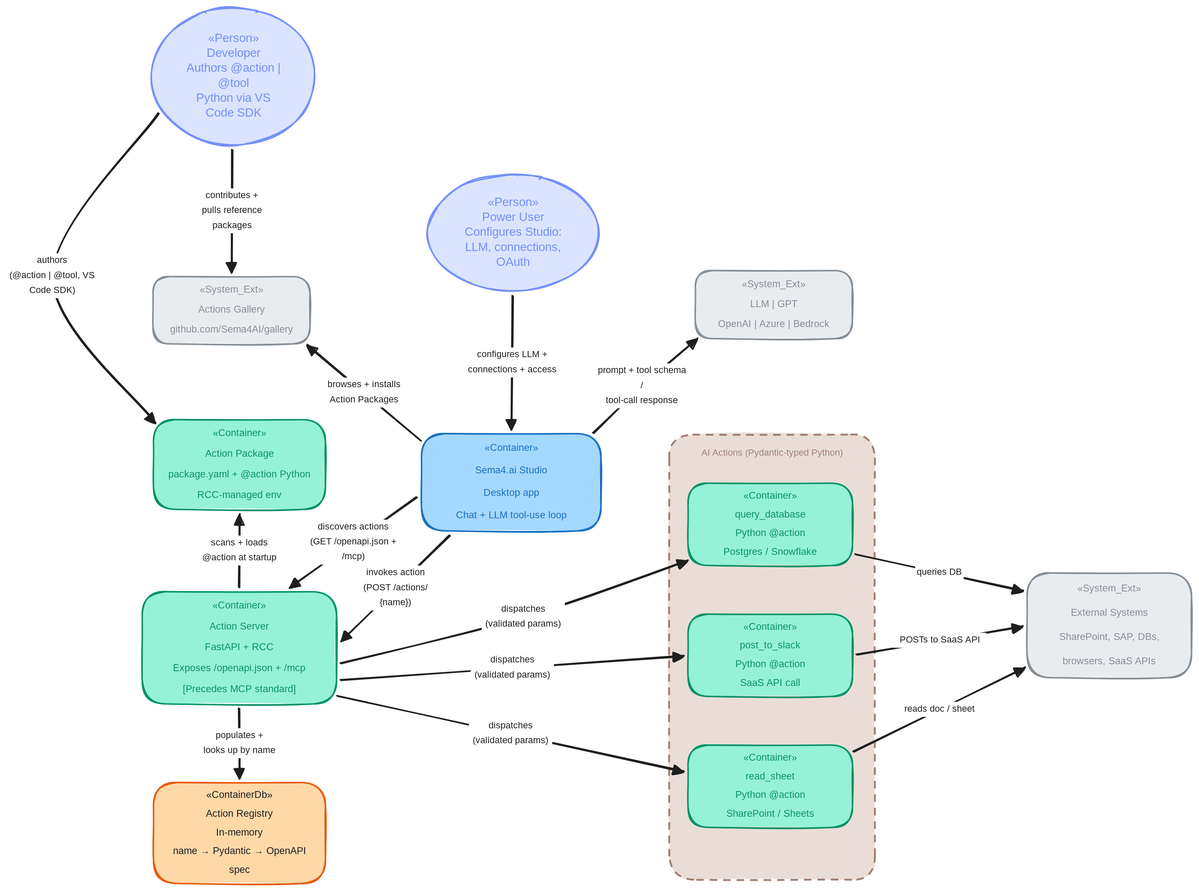
The Excalidraw diagram public/diagrams/sema4ai-action-server.svg in cmin764/portfolio, before a commit. Source tidied: one line per element, renumbered; positions are measured from the earlier drawing's top-left corner, leaving out a move shared by most shapes. Its diagram source:
```json
{"id": 0, "type": "rectangle", "strokeColor": "#868e96", "backgroundColor": "#e9ecef", "fillStyle": "solid", "strokeWidth": 2, "roughness": 1, "round": true, "x": 195, "y": 360, "width": 210, "height": 90}
{"id": 1, "type": "text", "text": "«System_Ext»\nActions Gallery\ngithub.com/Sema4AI/gallery", "strokeColor": "#868e96", "strokeWidth": 1, "roughness": 1, "fontSize": 13, "fontFamily": 1, "textAlign": "center", "verticalAlign": "middle", "inside": 0, "x": 200, "y": 365, "width": 200, "height": 80}
{"id": 2, "type": "rectangle", "strokeColor": "#099268", "backgroundColor": "#96f2d7", "fillStyle": "solid", "strokeWidth": 2, "roughness": 1, "round": true, "x": 195, "y": 551, "width": 230, "height": 120}
{"id": 3, "type": "text", "text": "«Container»\nAction Package\npackage.yaml + @action Python\nRCC-managed env", "strokeColor": "#099268", "strokeWidth": 1, "roughness": 1, "fontSize": 13, "fontFamily": 1, "textAlign": "center", "verticalAlign": "middle", "inside": 2, "x": 200, "y": 556, "width": 220, "height": 110}
{"id": 4, "type": "rectangle", "strokeColor": "#099268", "backgroundColor": "#96f2d7", "fillStyle": "solid", "strokeWidth": 2, "roughness": 1, "round": true, "x": 180, "y": 781, "width": 260, "height": 150}
{"id": 5, "type": "text", "text": "«Container»\nAction Server\nFastAPI + RCC\nExposes /openapi.json + /mcp\n[Precedes MCP standard]", "strokeColor": "#099268", "strokeWidth": 1, "roughness": 1, "fontSize": 13, "fontFamily": 1, "textAlign": "center", "verticalAlign": "middle", "inside": 4, "x": 217, "y": 786, "width": 186, "height": 140}
{"id": 6, "type": "rectangle", "strokeColor": "#e8590c", "backgroundColor": "#ffd8a8", "fillStyle": "solid", "strokeWidth": 2, "roughness": 1, "round": true, "x": 195, "y": 1036, "width": 230, "height": 135}
{"id": 7, "type": "text", "text": "«ContainerDb»\nAction Registry\nIn-memory\nname → Pydantic → OpenAPI\nspec", "strokeColor": "#1e1e1e", "strokeWidth": 1, "roughness": 1, "fontSize": 13, "fontFamily": 1, "textAlign": "center", "verticalAlign": "middle", "inside": 6, "x": 216, "y": 1041, "width": 189, "height": 125}
{"id": 8, "type": "rectangle", "strokeColor": "#1971c2", "backgroundColor": "#a5d8ff", "fillStyle": "solid", "strokeWidth": 2, "roughness": 1, "round": true, "x": 554, "y": 569, "width": 240, "height": 130}
{"id": 9, "type": "text", "text": "«Container»\nSema4.ai Studio\nDesktop app\nChat + LLM tool-use loop", "strokeColor": "#1971c2", "strokeWidth": 1, "roughness": 1, "fontSize": 13, "fontFamily": 1, "textAlign": "center", "verticalAlign": "middle", "inside": 8, "x": 590, "y": 574, "width": 167, "height": 120}
{"id": 10, "type": "rectangle", "strokeColor": "#868e96", "backgroundColor": "#e9ecef", "fillStyle": "solid", "strokeWidth": 2, "roughness": 1, "round": true, "x": 920, "y": 352, "width": 210, "height": 91}
{"id": 11, "type": "text", "text": "«System_Ext»\nLLM | GPT\nOpenAI | Azure | Bedrock", "strokeColor": "#868e96", "strokeWidth": 1, "roughness": 1, "fontSize": 13, "fontFamily": 1, "textAlign": "center", "verticalAlign": "middle", "inside": 10, "x": 945, "y": 357, "width": 161, "height": 80}
{"id": 12, "type": "rectangle", "strokeColor": "#a18072", "backgroundColor": "#eaddd7", "fillStyle": "solid", "strokeWidth": 2, "strokeStyle": "dashed", "roughness": 1, "round": true, "x": 885, "y": 571, "width": 275, "height": 595}
{"id": 13, "type": "text", "text": "AI Actions (Pydantic-typed Python)", "strokeColor": "#a18072", "strokeWidth": 1, "roughness": 1, "fontSize": 12, "fontFamily": 1, "textAlign": "center", "inside": 12, "x": 919, "y": 576, "width": 208, "height": 40}
{"id": 14, "type": "rectangle", "strokeColor": "#099268", "backgroundColor": "#96f2d7", "fillStyle": "solid", "strokeWidth": 2, "roughness": 1, "round": true, "x": 910, "y": 636, "width": 220, "height": 110}
{"id": 15, "type": "text", "text": "«Container»\nquery_database\nPython @action\nPostgres / Snowflake", "strokeColor": "#099268", "strokeWidth": 1, "roughness": 1, "fontSize": 13, "fontFamily": 1, "textAlign": "center", "verticalAlign": "middle", "inside": 14, "x": 952, "y": 641, "width": 137, "height": 100}
{"id": 16, "type": "rectangle", "strokeColor": "#099268", "backgroundColor": "#96f2d7", "fillStyle": "solid", "strokeWidth": 2, "roughness": 1, "round": true, "x": 910, "y": 811, "width": 220, "height": 110}
{"id": 17, "type": "text", "text": "«Container»\npost_to_slack\nPython @action\nSaaS API call", "strokeColor": "#099268", "strokeWidth": 1, "roughness": 1, "fontSize": 13, "fontFamily": 1, "textAlign": "center", "verticalAlign": "middle", "inside": 16, "x": 972, "y": 816, "width": 97, "height": 100}
{"id": 18, "type": "rectangle", "strokeColor": "#099268", "backgroundColor": "#96f2d7", "fillStyle": "solid", "strokeWidth": 2, "roughness": 1, "round": true, "x": 910, "y": 986, "width": 220, "height": 110}
{"id": 19, "type": "text", "text": "«Container»\nread_sheet\nPython @action\nSharePoint / Sheets", "strokeColor": "#099268", "strokeWidth": 1, "roughness": 1, "fontSize": 13, "fontFamily": 1, "textAlign": "center", "verticalAlign": "middle", "inside": 18, "x": 955, "y": 991, "width": 130, "height": 100}
{"id": 20, "type": "rectangle", "strokeColor": "#868e96", "backgroundColor": "#e9ecef", "fillStyle": "solid", "strokeWidth": 2, "roughness": 1, "round": true, "x": 1364, "y": 756, "width": 220, "height": 140}
{"id": 21, "type": "text", "text": "«System_Ext»\nExternal Systems\nSharePoint, SAP, DBs,\nbrowsers, SaaS APIs", "strokeColor": "#868e96", "strokeWidth": 1, "roughness": 1, "fontSize": 13, "fontFamily": 1, "textAlign": "center", "verticalAlign": "middle", "inside": 20, "x": 1403, "y": 761, "width": 142, "height": 130}
{"id": 22, "type": "arrow", "strokeColor": "#1e1e1e", "strokeWidth": 2, "roughness": 1, "endArrowhead": "triangle", "round": true, "from": 52, "to": 2, "x": 202, "y": 141, "width": 143, "height": 414, "points": [[0, 0], [-143, 217], [-5, 414]]}
{"id": 23, "type": "text", "text": "authors\n(@action | @tool, VS\nCode SDK)", "strokeColor": "#1e1e1e", "strokeWidth": 1, "roughness": 1, "fontSize": 12, "fontFamily": 1, "textAlign": "center", "verticalAlign": "middle", "inside": 22, "x": 0, "y": 329, "width": 120, "height": 60}
{"id": 24, "type": "arrow", "strokeColor": "#1e1e1e", "strokeWidth": 2, "roughness": 1, "endArrowhead": "triangle", "round": true, "from": 52, "to": 0, "x": 301, "y": 190, "width": 1, "height": 164, "points": [[0, 0], [-1, 164]]}
{"id": 25, "type": "text", "text": "contributes +\npulls reference\npackages", "strokeColor": "#1e1e1e", "strokeWidth": 1, "roughness": 1, "fontSize": 12, "fontFamily": 1, "textAlign": "center", "verticalAlign": "middle", "inside": 24, "x": 67, "y": 488, "width": 86, "height": 60}
{"id": 26, "type": "arrow", "strokeColor": "#1e1e1e", "strokeWidth": 2, "roughness": 1, "endArrowhead": "triangle", "round": true, "from": 54, "to": 8, "x": 676, "y": 385, "width": 2, "height": 178, "points": [[0, 0], [-2, 178]]}
{"id": 27, "type": "text", "text": "configures LLM +\nconnections + access", "strokeColor": "#1e1e1e", "strokeWidth": 1, "roughness": 1, "fontSize": 12, "fontFamily": 1, "textAlign": "center", "verticalAlign": "middle", "inside": 26, "x": 270, "y": 806, "width": 124, "height": 40}
{"id": 28, "type": "arrow", "strokeColor": "#1e1e1e", "strokeWidth": 2, "roughness": 1, "endArrowhead": "triangle", "round": true, "from": 8, "to": 0, "x": 553, "y": 579, "width": 153, "height": 128, "points": [[0, 0], [-153, -128]]}
{"id": 29, "type": "text", "text": "browses + installs\nAction Packages", "strokeColor": "#1e1e1e", "strokeWidth": 1, "roughness": 1, "fontSize": 12, "fontFamily": 1, "textAlign": "center", "verticalAlign": "middle", "inside": 28, "x": 437, "y": 581, "width": 107, "height": 40}
{"id": 30, "type": "arrow", "strokeColor": "#1e1e1e", "strokeWidth": 2, "roughness": 1, "endArrowhead": "triangle", "round": true, "from": 4, "to": 2, "x": 310, "y": 775, "width": 0, "height": 98, "points": [[0, 0], [0, -98]]}
{"id": 31, "type": "text", "text": "scans + loads\n@action at startup", "strokeColor": "#1e1e1e", "strokeWidth": 1, "roughness": 1, "fontSize": 12, "fontFamily": 1, "textAlign": "center", "verticalAlign": "middle", "inside": 30, "x": 230, "y": 726, "width": 118, "height": 40}
{"id": 32, "type": "arrow", "strokeColor": "#1e1e1e", "strokeWidth": 2, "roughness": 1, "endArrowhead": "triangle", "round": true, "from": 4, "to": 6, "x": 310, "y": 937, "width": 0, "height": 93, "points": [[0, 0], [0, 93]]}
{"id": 33, "type": "text", "text": "populates +\nlooks up by name", "strokeColor": "#1e1e1e", "strokeWidth": 1, "roughness": 1, "fontSize": 12, "fontFamily": 1, "textAlign": "center", "verticalAlign": "middle", "inside": 32, "x": 230, "y": 941, "width": 99, "height": 40}
{"id": 34, "type": "arrow", "strokeColor": "#1e1e1e", "strokeWidth": 2, "roughness": 1, "endArrowhead": "triangle", "round": true, "from": 8, "to": 4, "x": 548, "y": 654, "width": 171, "height": 120, "points": [[0, 0], [-171, 120]]}
{"id": 35, "type": "text", "text": "discovers actions\n(GET /openapi.json +\n/mcp)", "strokeColor": "#1e1e1e", "strokeWidth": 1, "roughness": 1, "fontSize": 12, "fontFamily": 1, "textAlign": "center", "verticalAlign": "middle", "inside": 34, "x": 417, "y": 716, "width": 125, "height": 60}
{"id": 36, "type": "arrow", "strokeColor": "#1e1e1e", "strokeWidth": 2, "roughness": 1, "endArrowhead": "triangle", "round": true, "from": 8, "to": 10, "x": 784, "y": 569, "width": 139, "height": 127, "points": [[0, 0], [65, -63], [139, -127]]}
{"id": 37, "type": "text", "text": "prompt + tool schema\n/\ntool-call response", "strokeColor": "#1e1e1e", "strokeWidth": 1, "roughness": 1, "fontSize": 12, "fontFamily": 1, "textAlign": "center", "verticalAlign": "middle", "inside": 36, "x": 773, "y": 581, "width": 127, "height": 60}
{"id": 38, "type": "arrow", "strokeColor": "#1e1e1e", "strokeWidth": 2, "roughness": 1, "endArrowhead": "triangle", "round": true, "from": 8, "to": 4, "x": 592, "y": 705, "width": 146, "height": 141, "points": [[0, 0], [-146, 141]]}
{"id": 39, "type": "text", "text": "invokes action\n(POST /actions/\n{name})", "strokeColor": "#1e1e1e", "strokeWidth": 1, "roughness": 1, "fontSize": 12, "fontFamily": 1, "textAlign": "center", "verticalAlign": "middle", "inside": 38, "x": 422, "y": 796, "width": 99, "height": 60}
{"id": 40, "type": "arrow", "strokeColor": "#1e1e1e", "strokeWidth": 2, "roughness": 1, "endArrowhead": "triangle", "round": true, "from": 4, "to": 14, "x": 446, "y": 876, "width": 463, "height": 137, "points": [[0, 0], [244, -62], [463, -137]]}
{"id": 41, "type": "text", "text": "dispatches\n(validated params)", "strokeColor": "#1e1e1e", "strokeWidth": 1, "roughness": 1, "fontSize": 12, "fontFamily": 1, "textAlign": "center", "verticalAlign": "middle", "inside": 40, "x": 634, "y": 794, "width": 111, "height": 40}
{"id": 42, "type": "arrow", "strokeColor": "#1e1e1e", "strokeWidth": 2, "roughness": 1, "endArrowhead": "triangle", "round": true, "from": 4, "to": 16, "x": 446, "y": 899, "width": 458, "height": 33, "points": [[0, 0], [458, -33]]}
{"id": 43, "type": "text", "text": "dispatches\n(validated params)", "strokeColor": "#1e1e1e", "strokeWidth": 1, "roughness": 1, "fontSize": 12, "fontFamily": 1, "textAlign": "center", "verticalAlign": "middle", "inside": 42, "x": 620, "y": 862, "width": 111, "height": 40}
{"id": 44, "type": "arrow", "strokeColor": "#1e1e1e", "strokeWidth": 2, "roughness": 1, "endArrowhead": "triangle", "round": true, "from": 4, "to": 18, "x": 442, "y": 920, "width": 463, "height": 101, "points": [[0, 0], [463, 101]]}
{"id": 45, "type": "text", "text": "dispatches\n(validated params)", "strokeColor": "#1e1e1e", "strokeWidth": 1, "roughness": 1, "fontSize": 12, "fontFamily": 1, "textAlign": "center", "verticalAlign": "middle", "inside": 44, "x": 617, "y": 950, "width": 111, "height": 40}
{"id": 46, "type": "arrow", "strokeColor": "#1e1e1e", "strokeWidth": 2, "roughness": 1, "endArrowhead": "triangle", "round": true, "from": 14, "to": 20, "x": 1135, "y": 731, "width": 224, "height": 49, "points": [[0, 0], [224, 49]]}
{"id": 47, "type": "text", "text": "queries DB", "strokeColor": "#1e1e1e", "strokeWidth": 1, "roughness": 1, "fontSize": 12, "fontFamily": 1, "textAlign": "center", "verticalAlign": "middle", "inside": 46, "x": 1214, "y": 745, "width": 65, "height": 20}
{"id": 48, "type": "arrow", "strokeColor": "#1e1e1e", "strokeWidth": 2, "roughness": 1, "endArrowhead": "triangle", "round": true, "from": 16, "to": 20, "x": 1136, "y": 865, "width": 221, "height": 38, "points": [[0, 0], [221, -38]]}
{"id": 49, "type": "text", "text": "POSTs to SaaS API", "strokeColor": "#1e1e1e", "strokeWidth": 1, "roughness": 1, "fontSize": 12, "fontFamily": 1, "textAlign": "center", "verticalAlign": "middle", "inside": 48, "x": 1185, "y": 836, "width": 124, "height": 20}
{"id": 50, "type": "arrow", "strokeColor": "#1e1e1e", "strokeWidth": 2, "roughness": 1, "endArrowhead": "triangle", "round": true, "from": 18, "to": 20, "x": 1132, "y": 994, "width": 229, "height": 113, "points": [[0, 0], [229, -113]]}
{"id": 51, "type": "text", "text": "reads doc / sheet", "strokeColor": "#1e1e1e", "strokeWidth": 1, "roughness": 1, "fontSize": 12, "fontFamily": 1, "textAlign": "center", "verticalAlign": "middle", "inside": 50, "x": 1192, "y": 928, "width": 109, "height": 20}
{"id": 52, "type": "ellipse", "strokeColor": "#748ffc", "backgroundColor": "#dbe4ff", "fillStyle": "solid", "strokeWidth": 2, "roughness": 1, "round": true, "x": 193, "y": 0, "width": 219, "height": 184}
{"id": 53, "type": "text", "text": "«Person»\nDeveloper\nAuthors @action |\n@tool\nPython via VS\nCode SDK", "strokeColor": "#748ffc", "backgroundColor": "#dbe4ff", "fillStyle": "solid", "strokeWidth": 2, "roughness": 1, "fontSize": 16, "fontFamily": 5, "textAlign": "center", "verticalAlign": "middle", "inside": 52, "x": 232, "y": 32, "width": 141, "height": 120}
{"id": 54, "type": "ellipse", "strokeColor": "#748ffc", "backgroundColor": "#dbe4ff", "fillStyle": "solid", "strokeWidth": 2, "roughness": 1, "round": true, "x": 562, "y": 223, "width": 229, "height": 156}
{"id": 55, "type": "text", "text": "«Person»\nPower User\nConfigures Studio:\nLLM, connections,\nOAuth", "strokeColor": "#748ffc", "backgroundColor": "#dbe4ff", "fillStyle": "solid", "strokeWidth": 2, "roughness": 1, "fontSize": 16, "fontFamily": 5, "textAlign": "center", "verticalAlign": "middle", "inside": 54, "x": 605, "y": 251, "width": 143, "height": 100}
```
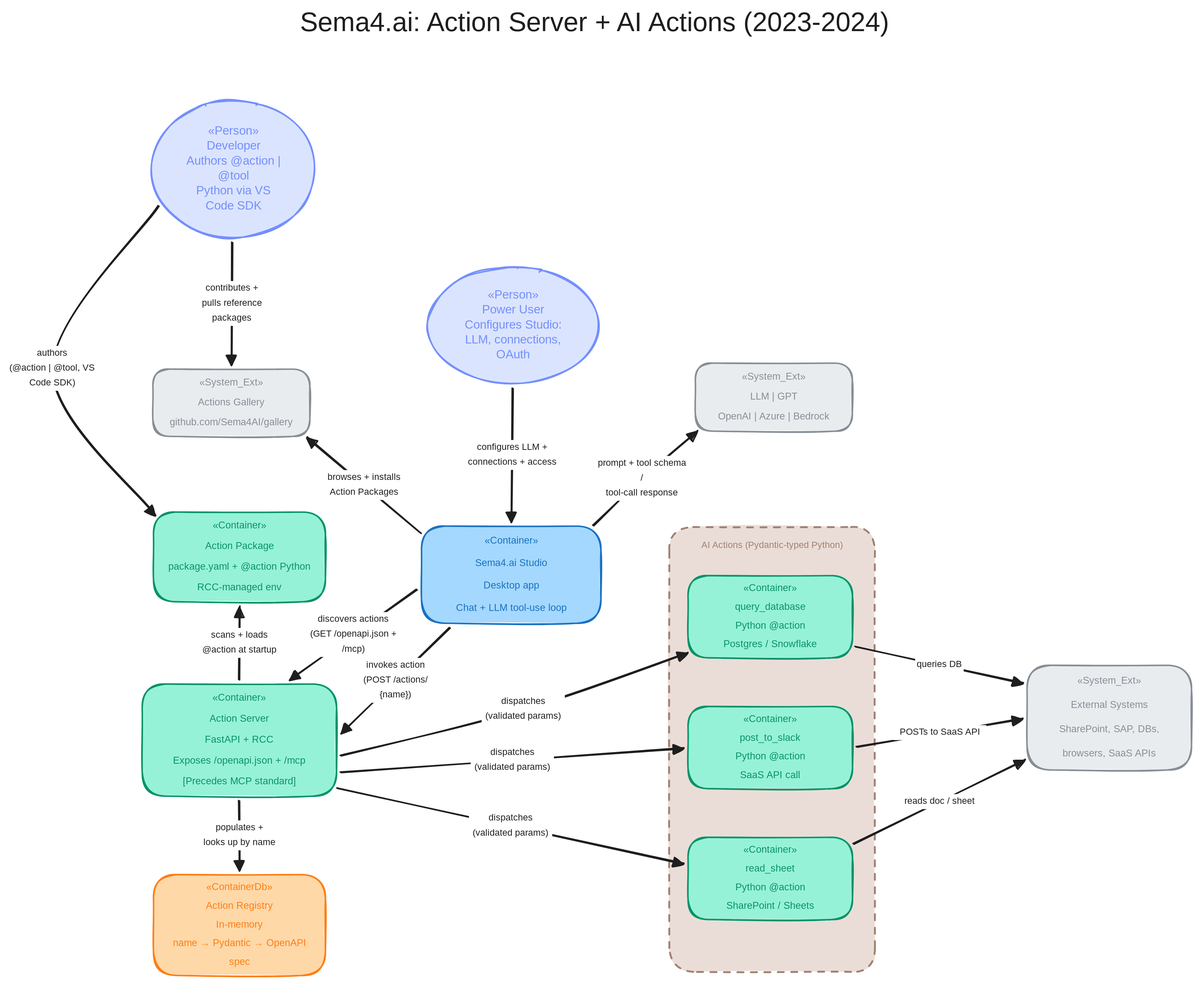
The same diagram one commit later.

Commit message:
Backfill paired fontColor to all Mermaid diagrams; update sema4ai Excalidraw URL

Change to the diagram source:
```diff
@@ -1,11 +1,11 @@
-{"id": 0, "type": "rectangle", "strokeColor": "#868e96", "backgroundColor": "#e9ecef", "fillStyle": "solid", "strokeWidth": 2, "roughness": 1, "round": true, "x": 195, "y": 360, "width": 210, "height": 90}
+{"id": 0, "type": "rectangle", "strokeColor": "#868e96", "backgroundColor": "#e9ecef", "fillStyle": "solid", "strokeWidth": 2, "roughness": 1, "round": true, "x": 194, "y": 360, "width": 210, "height": 90}
-{"id": 1, "type": "text", "text": "«System_Ext»\nActions Gallery\ngithub.com/Sema4AI/gallery", "strokeColor": "#868e96", "strokeWidth": 1, "roughness": 1, "fontSize": 13, "fontFamily": 1, "textAlign": "center", "verticalAlign": "middle", "inside": 0, "x": 200, "y": 365, "width": 200, "height": 80}
+{"id": 1, "type": "text", "text": "«System_Ext»\nActions Gallery\ngithub.com/Sema4AI/gallery", "strokeColor": "#868e96", "strokeWidth": 1, "roughness": 1, "fontSize": 13, "fontFamily": 1, "textAlign": "center", "verticalAlign": "middle", "inside": 0, "x": 199, "y": 365, "width": 200, "height": 80}
 {"id": 2, "type": "rectangle", "strokeColor": "#099268", "backgroundColor": "#96f2d7", "fillStyle": "solid", "strokeWidth": 2, "roughness": 1, "round": true, "x": 195, "y": 551, "width": 230, "height": 120}
 {"id": 3, "type": "text", "text": "«Container»\nAction Package\npackage.yaml + @action Python\nRCC-managed env", "strokeColor": "#099268", "strokeWidth": 1, "roughness": 1, "fontSize": 13, "fontFamily": 1, "textAlign": "center", "verticalAlign": "middle", "inside": 2, "x": 200, "y": 556, "width": 220, "height": 110}
 {"id": 4, "type": "rectangle", "strokeColor": "#099268", "backgroundColor": "#96f2d7", "fillStyle": "solid", "strokeWidth": 2, "roughness": 1, "round": true, "x": 180, "y": 781, "width": 260, "height": 150}
 {"id": 5, "type": "text", "text": "«Container»\nAction Server\nFastAPI + RCC\nExposes /openapi.json + /mcp\n[Precedes MCP standard]", "strokeColor": "#099268", "strokeWidth": 1, "roughness": 1, "fontSize": 13, "fontFamily": 1, "textAlign": "center", "verticalAlign": "middle", "inside": 4, "x": 217, "y": 786, "width": 186, "height": 140}
-{"id": 6, "type": "rectangle", "strokeColor": "#e8590c", "backgroundColor": "#ffd8a8", "fillStyle": "solid", "strokeWidth": 2, "roughness": 1, "round": true, "x": 195, "y": 1036, "width": 230, "height": 135}
+{"id": 6, "type": "rectangle", "strokeColor": "#fd7e14", "backgroundColor": "#ffd8a8", "fillStyle": "solid", "strokeWidth": 2, "roughness": 1, "round": true, "x": 195, "y": 1036, "width": 230, "height": 135}
-{"id": 7, "type": "text", "text": "«ContainerDb»\nAction Registry\nIn-memory\nname → Pydantic → OpenAPI\nspec", "strokeColor": "#1e1e1e", "strokeWidth": 1, "roughness": 1, "fontSize": 13, "fontFamily": 1, "textAlign": "center", "verticalAlign": "middle", "inside": 6, "x": 216, "y": 1041, "width": 189, "height": 125}
+{"id": 7, "type": "text", "text": "«ContainerDb»\nAction Registry\nIn-memory\nname → Pydantic → OpenAPI\nspec", "strokeColor": "#fd7e14", "strokeWidth": 1, "roughness": 1, "fontSize": 13, "fontFamily": 1, "textAlign": "center", "verticalAlign": "middle", "inside": 6, "x": 216, "y": 1041, "width": 189, "height": 125}
 {"id": 8, "type": "rectangle", "strokeColor": "#1971c2", "backgroundColor": "#a5d8ff", "fillStyle": "solid", "strokeWidth": 2, "roughness": 1, "round": true, "x": 554, "y": 569, "width": 240, "height": 130}
 {"id": 9, "type": "text", "text": "«Container»\nSema4.ai Studio\nDesktop app\nChat + LLM tool-use loop", "strokeColor": "#1971c2", "strokeWidth": 1, "roughness": 1, "fontSize": 13, "fontFamily": 1, "textAlign": "center", "verticalAlign": "middle", "inside": 8, "x": 590, "y": 574, "width": 167, "height": 120}
 {"id": 10, "type": "rectangle", "strokeColor": "#868e96", "backgroundColor": "#e9ecef", "fillStyle": "solid", "strokeWidth": 2, "roughness": 1, "round": true, "x": 920, "y": 352, "width": 210, "height": 91}
@@ -54,3 +54,4 @@
 {"id": 53, "type": "text", "text": "«Person»\nDeveloper\nAuthors @action |\n@tool\nPython via VS\nCode SDK", "strokeColor": "#748ffc", "backgroundColor": "#dbe4ff", "fillStyle": "solid", "strokeWidth": 2, "roughness": 1, "fontSize": 16, "fontFamily": 5, "textAlign": "center", "verticalAlign": "middle", "inside": 52, "x": 232, "y": 32, "width": 141, "height": 120}
 {"id": 54, "type": "ellipse", "strokeColor": "#748ffc", "backgroundColor": "#dbe4ff", "fillStyle": "solid", "strokeWidth": 2, "roughness": 1, "round": true, "x": 562, "y": 223, "width": 229, "height": 156}
 {"id": 55, "type": "text", "text": "«Person»\nPower User\nConfigures Studio:\nLLM, connections,\nOAuth", "strokeColor": "#748ffc", "backgroundColor": "#dbe4ff", "fillStyle": "solid", "strokeWidth": 2, "roughness": 1, "fontSize": 16, "fontFamily": 5, "textAlign": "center", "verticalAlign": "middle", "inside": 54, "x": 605, "y": 251, "width": 143, "height": 100}
+{"id": 56, "type": "text", "text": "Sema4.ai: Action Server + AI Actions (2023-2024)", "strokeColor": "#1e1e1e", "backgroundColor": "#eaddd7", "fillStyle": "solid", "strokeWidth": 2, "roughness": 1, "fontSize": 36, "fontFamily": 5, "textAlign": "center", "x": 337, "y": -124, "width": 896, "height": 45}
```
